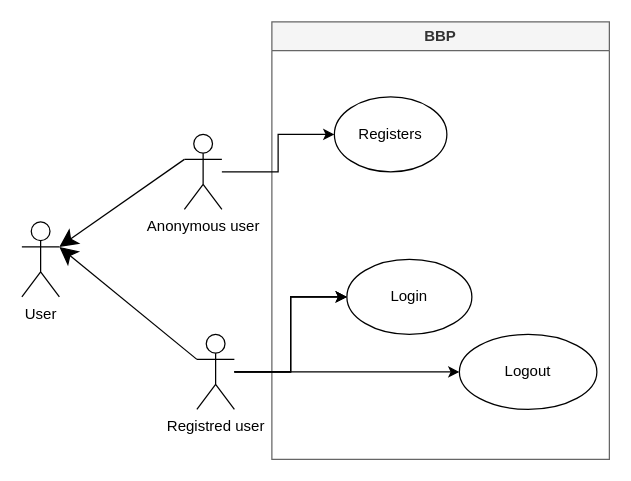
Above: page "LOGIN/REGISTRATION" (1 of 3) of RASD/LaTeXCode/images/drawio/Use_Case_Diagram.drawio in jacopobellosi/Bellosi-Montanelli-Tempobono (draw.io), before the change. Source tidied: cells renumbered, new cells numbered last; positions are measured from the earlier drawing's top-left corner, leaving out a move shared by most shapes. Both pictures are drawn from the tidied source at 125%, with x=0, y=0 at pixel (21, 21).
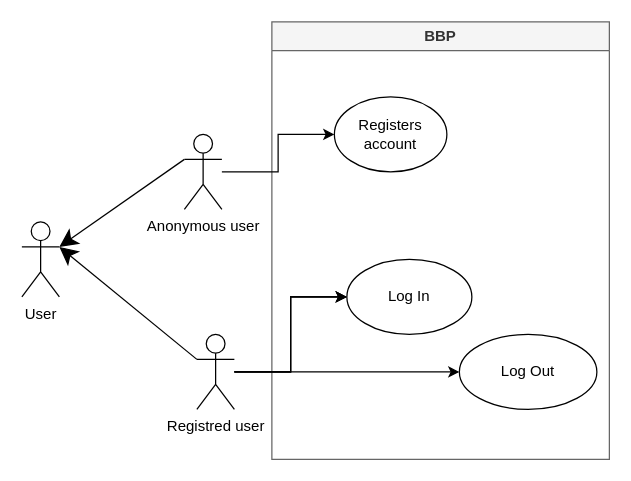
The same page after the edit.

Diff of the diagram source:
```diff
@@
 <mxGraphModel>
   <root>
     <mxCell id="0" />
     <mxCell id="1" parent="0" />
     <mxCell id="2" value="BBP" style="swimlane;whiteSpace=wrap;html=1;fillColor=#f5f5f5;fontColor=#333333;strokeColor=#666666;" parent="1" vertex="1">
       <mxGeometry x="200" width="270" height="350" as="geometry" />
     </mxCell>
-    <mxCell id="3" value="Login" style="ellipse;whiteSpace=wrap;html=1;" parent="2" vertex="1">
+    <mxCell id="3" value="Log In" style="ellipse;whiteSpace=wrap;html=1;" parent="2" vertex="1">
       <mxGeometry x="60" y="190" width="100" height="60" as="geometry" />
     </mxCell>
-    <mxCell id="4" value="Logout" style="ellipse;whiteSpace=wrap;html=1;" parent="2" vertex="1">
+    <mxCell id="4" value="Log Out" style="ellipse;whiteSpace=wrap;html=1;" parent="2" vertex="1">
       <mxGeometry x="150" y="250" width="110" height="60" as="geometry" />
     </mxCell>
     <mxCell id="5" value="User" style="shape=umlActor;verticalLabelPosition=bottom;verticalAlign=top;html=1;" parent="1" vertex="1">
       <mxGeometry y="160" width="30" height="60" as="geometry" />
     </mxCell>
     <mxCell id="6" style="edgeStyle=orthogonalEdgeStyle;rounded=0;jettySize=auto;html=1;" parent="1" edge="1" source="7" target="15">
       <mxGeometry relative="1" as="geometry" />
     </mxCell>
     <mxCell id="7" value="Anonymous user" style="shape=umlActor;verticalLabelPosition=bottom;verticalAlign=top;html=1;" parent="1" vertex="1">
       <mxGeometry x="130" y="90" width="30" height="60" as="geometry" />
     </mxCell>
     <mxCell id="8" style="edgeStyle=orthogonalEdgeStyle;rounded=0;jettySize=auto;html=1;" parent="1" edge="1" source="12" target="3">
       <mxGeometry relative="1" as="geometry" />
     </mxCell>
     <mxCell id="9" style="edgeStyle=orthogonalEdgeStyle;rounded=0;jettySize=auto;html=1;" parent="1" edge="1" source="12" target="3">
       <mxGeometry relative="1" as="geometry" />
     </mxCell>
     <mxCell id="10" style="edgeStyle=orthogonalEdgeStyle;rounded=0;jettySize=auto;html=1;" parent="1" edge="1" source="12" target="3">
       <mxGeometry relative="1" as="geometry" />
     </mxCell>
     <mxCell id="11" style="edgeStyle=orthogonalEdgeStyle;rounded=0;jettySize=auto;html=1;" parent="1" edge="1" source="12" target="4">
       <mxGeometry relative="1" as="geometry" />
     </mxCell>
     <mxCell id="12" value="Registred user" style="shape=umlActor;verticalLabelPosition=bottom;verticalAlign=top;html=1;" parent="1" vertex="1">
       <mxGeometry x="140" y="250" width="30" height="60" as="geometry" />
     </mxCell>
     <mxCell id="13" style="endArrow=none;startArrow=classic;html=1;rounded=0;exitX=1;exitY=0.3333333333333333;exitDx=0;exitDy=0;exitPerimeter=0;entryX=0;entryY=0.3333333333333333;entryDx=0;entryDy=0;entryPerimeter=0;startFill=1;endFill=0;strokeWidth=1;strokeColor=default;fontSize=2;spacing=1;startWidth=7.351940095302927;startSize=12;" parent="1" edge="1" source="5" target="12">
       <mxGeometry relative="1" as="geometry" />
     </mxCell>
     <mxCell id="14" style="endArrow=none;startArrow=classic;html=1;rounded=0;entryX=0;entryY=0.3333333333333333;entryDx=0;entryDy=0;entryPerimeter=0;startFill=1;endFill=0;strokeWidth=1;strokeColor=default;fontSize=2;spacing=1;startWidth=7.351940095302927;fillColor=#000000;startSize=12;" parent="1" edge="1" target="7">
       <mxGeometry relative="1" as="geometry">
         <mxPoint x="30" y="180" as="sourcePoint" />
       </mxGeometry>
     </mxCell>
-    <mxCell id="15" value="Registers" style="ellipse;whiteSpace=wrap;html=1;" parent="1" vertex="1">
+    <mxCell id="15" value="Registers account" style="ellipse;whiteSpace=wrap;html=1;" parent="1" vertex="1">
       <mxGeometry x="250" y="60" width="90" height="60" as="geometry" />
     </mxCell>
   </root>
 </mxGraphModel>
```
